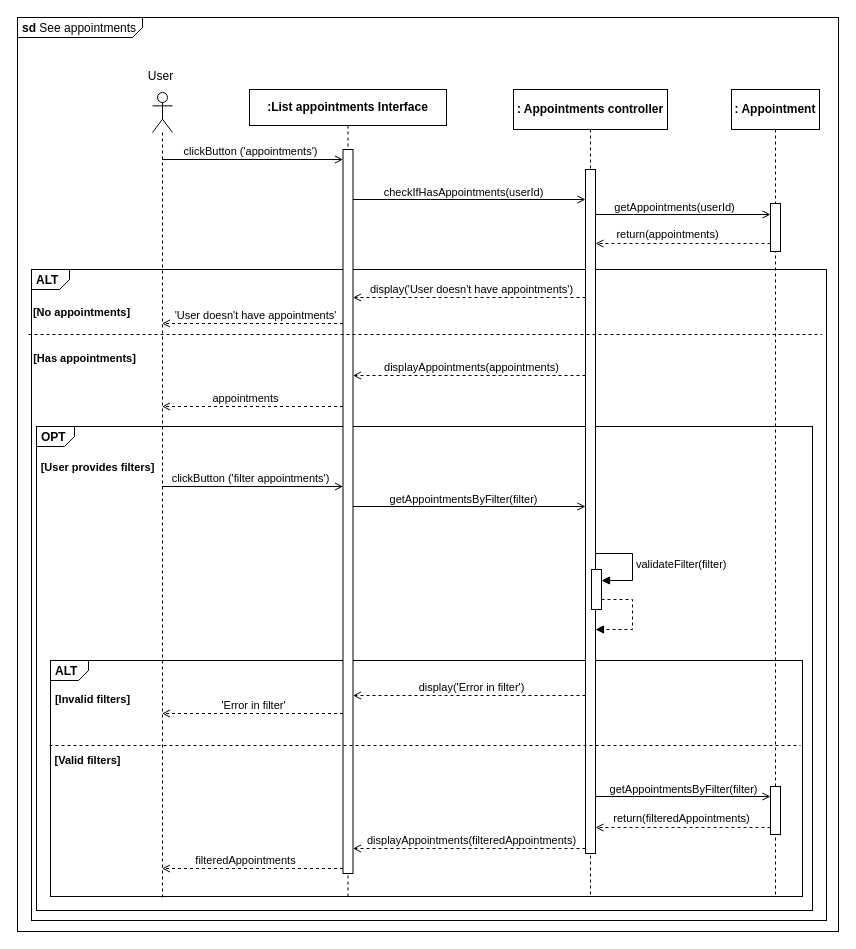
RafaelCMira/myclinic-msp-project keeps this draw.io diagram as Diagrams/Sequence/Sequence 11 - See list of appointments.drawio. Above is the earlier version. Source tidied: cells renumbered, new cells numbered last; positions are measured from the earlier drawing's top-left corner, leaving out a move shared by most shapes. Both pictures are drawn from the tidied source at 100%, with x=0, y=0 at pixel (17, 17).
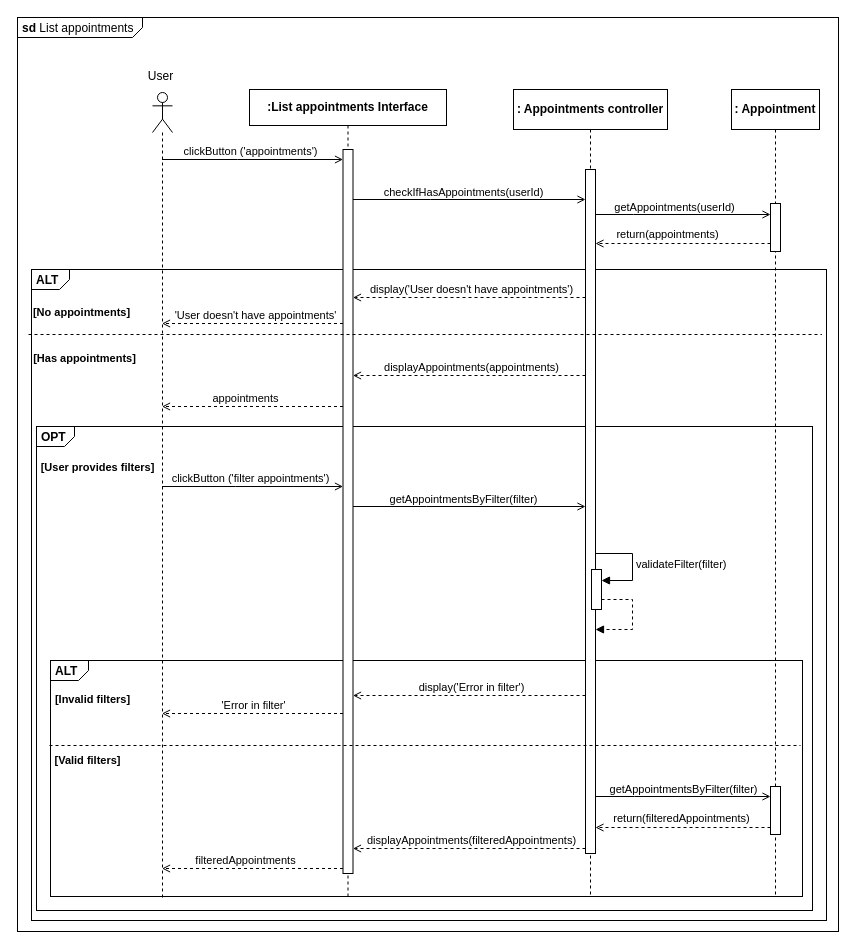
After the change.

Change to the diagram source:
```diff
@@
-    <mxCell id="2" value="&lt;p style=&quot;margin:0px;margin-top:4px;margin-left:5px;text-align:left;&quot;&gt;&lt;b&gt;sd&lt;/b&gt;&amp;nbsp;See appointments&lt;/p&gt;" style="html=1;shape=mxgraph.sysml.package;overflow=fill;labelX=125.17;align=left;spacingLeft=5;verticalAlign=top;spacingTop=-3;" parent="1" vertex="1">
+    <mxCell id="2" value="&lt;p style=&quot;margin:0px;margin-top:4px;margin-left:5px;text-align:left;&quot;&gt;&lt;b&gt;sd&lt;/b&gt;&amp;nbsp;List appointments&lt;/p&gt;" style="html=1;shape=mxgraph.sysml.package;overflow=fill;labelX=125.17;align=left;spacingLeft=5;verticalAlign=top;spacingTop=-3;" parent="1" vertex="1">
       <mxGeometry width="821" height="914" as="geometry" />
     </mxCell>
```
